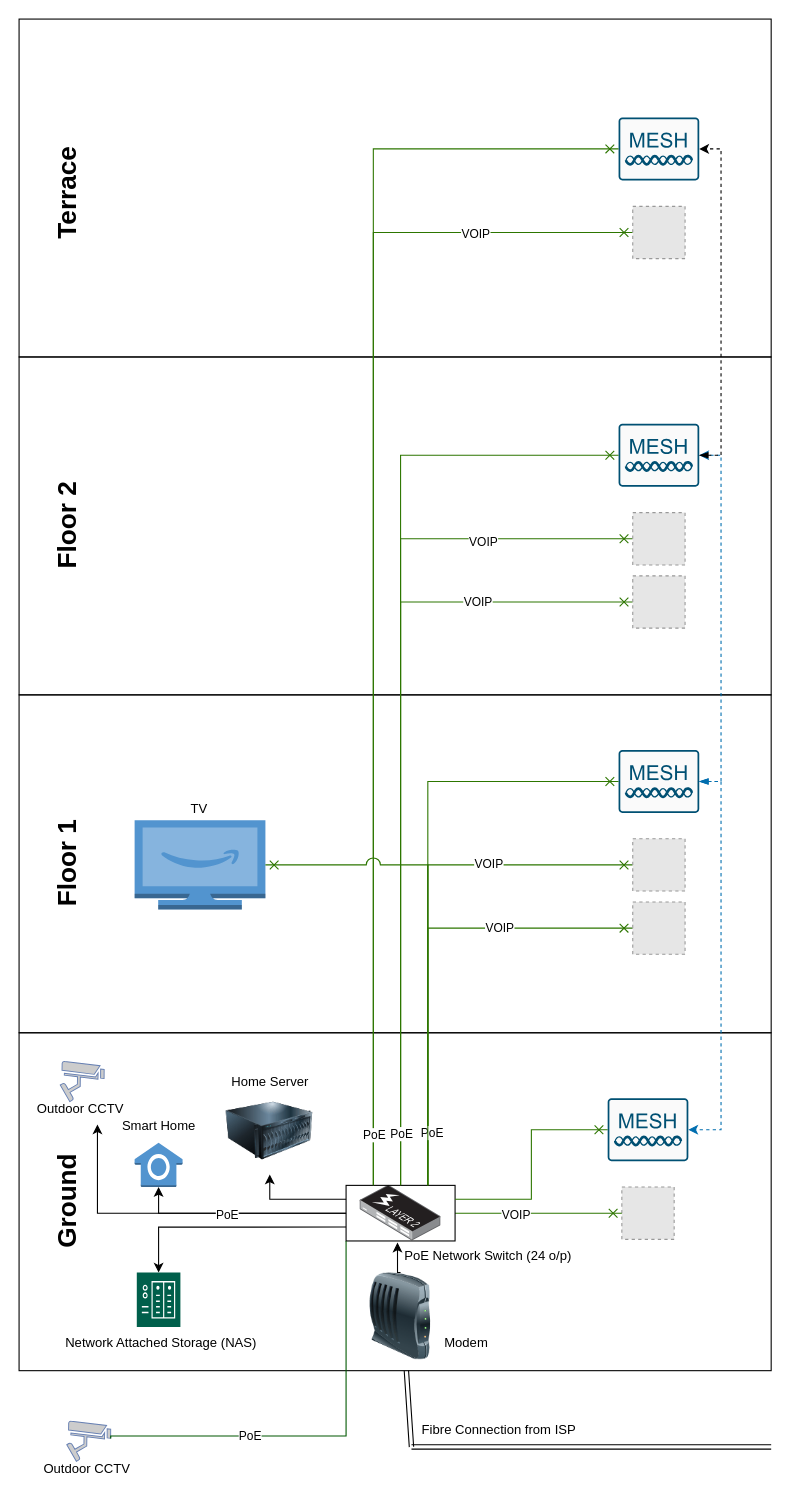
Earlier version of the draw.io diagram home-network-architecture.drawio (last-brain-cell/draw.io_drawings). Source tidied: cells renumbered, new cells numbered last; positions are measured from the earlier drawing's top-left corner, leaving out a move shared by most shapes. Both pictures are drawn from the tidied source at 109%, with x=0, y=0 at pixel (-63, 19). Pictures stored in the file or linked from it are replaced by grey dashed boxes.
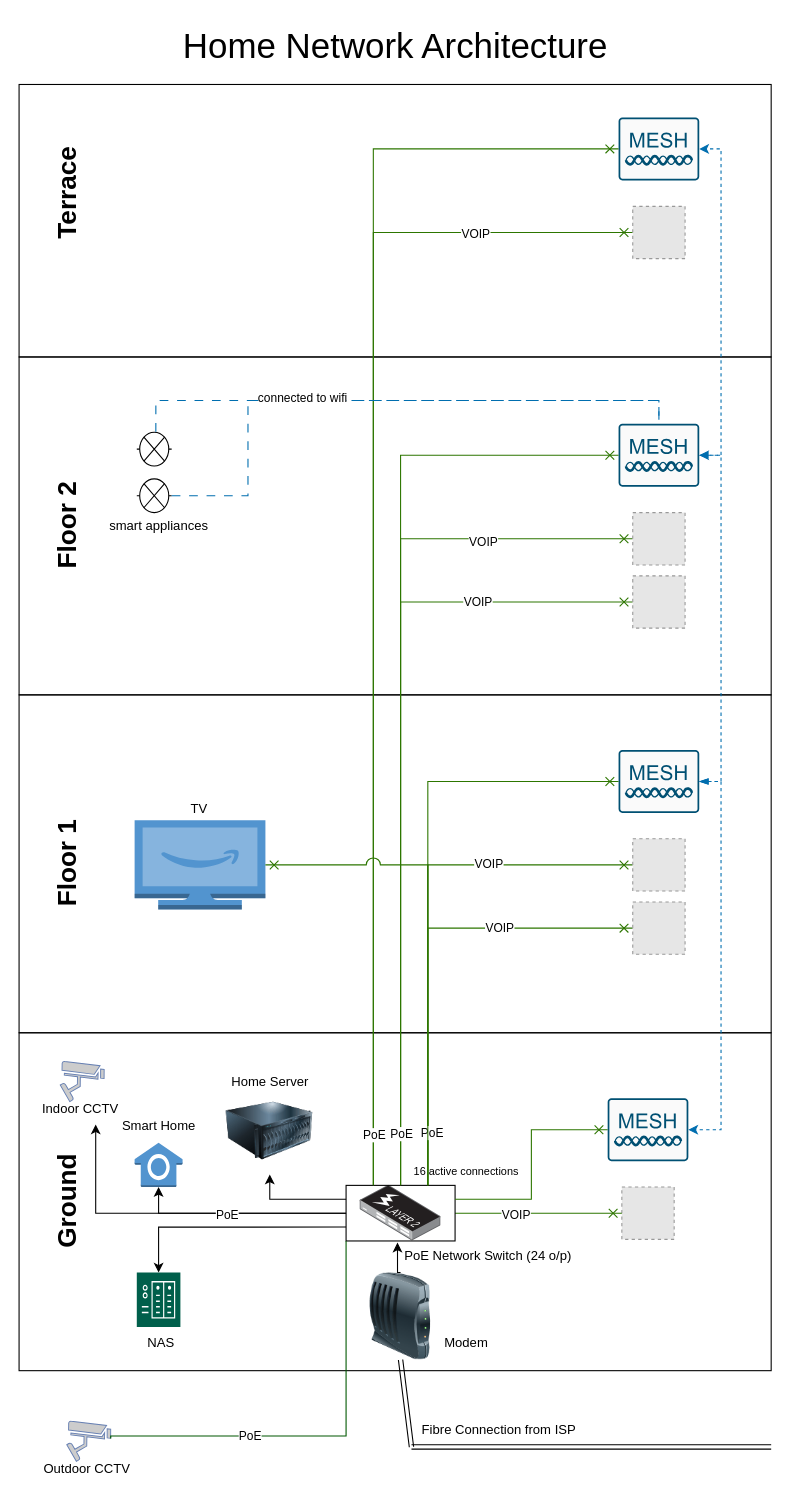
After the change.

Unchanged cells that the change refers to:
```xml
<mxCell id="5" style="rounded=0;whiteSpace=wrap;html=1;fillColor=none;" parent="1" vertex="1">
  <mxGeometry x="75" y="930" width="690" height="310" as="geometry" />
</mxCell>
<mxCell id="13" style="image;html=1;image=img/lib/clip_art/networking/Modem_128x128.png;" parent="1" vertex="1">
  <mxGeometry x="385" y="1150" width="80" height="80" as="geometry" />
</mxCell>
<mxCell id="40" style="sketch=0;points=[[0.015,0.015,0],[0.985,0.015,0],[0.985,0.985,0],[0.015,0.985,0],[0.25,0,0],[0.5,0,0],[0.75,0,0],[1,0.25,0],[1,0.5,0],[1,0.75,0],[0.75,1,0],[0.5,1,0],[0.25,1,0],[0,0.75,0],[0,0.5,0],[0,0.25,0]];verticalLabelPosition=bottom;html=1;verticalAlign=top;align=center;shape=mxgraph.cisco19.rect;prIcon=mesh_access_point;fillColor=#FAFAFA;strokeColor=#005073;" parent="1" vertex="1">
  <mxGeometry x="625" y="371.2" width="74" height="57.8" as="geometry" />
</mxCell>
<mxCell id="43" style="sketch=0;points=[[0.015,0.015,0],[0.985,0.015,0],[0.985,0.985,0],[0.015,0.985,0],[0.25,0,0],[0.5,0,0],[0.75,0,0],[1,0.25,0],[1,0.5,0],[1,0.75,0],[0.75,1,0],[0.5,1,0],[0.25,1,0],[0,0.75,0],[0,0.5,0],[0,0.25,0]];verticalLabelPosition=bottom;html=1;verticalAlign=top;align=center;shape=mxgraph.cisco19.rect;prIcon=mesh_access_point;fillColor=#FAFAFA;strokeColor=#005073;" parent="1" vertex="1">
  <mxGeometry x="625" y="90.2" width="74" height="57.8" as="geometry" />
</mxCell>
```

Change to the diagram source:
```diff
@@
     <mxCell id="2" style="rounded=0;whiteSpace=wrap;html=1;fillColor=none;" parent="1" vertex="1">
-      <mxGeometry x="75" width="690" height="310" as="geometry" />
+      <mxGeometry x="75" y="60" width="690" height="250" as="geometry" />
     </mxCell>
@@
-    <mxCell id="11" style="shape=link;html=1;rounded=0;" parent="1" edge="1" source="5">
+    <mxCell id="11" style="shape=link;html=1;rounded=0;exitX=0.5;exitY=1;exitDx=0;exitDy=0;" parent="1" edge="1" source="13">
       <mxGeometry relative="1" as="geometry">
         <mxPoint x="435" y="1310" as="targetPoint" />
       </mxGeometry>
     </mxCell>
@@
-    <mxCell id="52" value="Network Attached Storage (NAS)" style="text;html=1;align=center;verticalAlign=middle;strokeColor=none;fillColor=none;" parent="1" vertex="1">
-      <mxGeometry x="105" y="1200" width="200" height="30" as="geometry" />
+    <mxCell id="52" value="NAS" style="text;html=1;align=center;verticalAlign=middle;strokeColor=none;fillColor=none;" parent="1" vertex="1">
+      <mxGeometry x="180" y="1200" width="50" height="30" as="geometry" />
     </mxCell>
@@
-    <mxCell id="57" style="edgeStyle=orthogonalEdgeStyle;rounded=0;jettySize=auto;html=1;exitX=1;exitY=0.5;exitDx=0;exitDy=0;exitPerimeter=0;entryX=1;entryY=0.5;entryDx=0;entryDy=0;entryPerimeter=0;startArrow=blockThin;startFill=1;dashed=1;" parent="1" edge="1" source="40" target="43">
+    <mxCell id="57" style="edgeStyle=orthogonalEdgeStyle;rounded=0;jettySize=auto;html=1;exitX=1;exitY=0.5;exitDx=0;exitDy=0;exitPerimeter=0;entryX=1;entryY=0.5;entryDx=0;entryDy=0;entryPerimeter=0;startArrow=blockThin;startFill=1;dashed=1;fillColor=#1ba1e2;strokeColor=#006EAF;" parent="1" edge="1" source="40" target="43">
       <mxGeometry relative="1" as="geometry" />
     </mxCell>
@@
-    <mxCell id="65" value="Outdoor CCTV" style="text;html=1;align=center;verticalAlign=middle;points=[];strokeColor=none;fillColor=none;" parent="1" vertex="1">
-      <mxGeometry x="81" y="985" width="100" height="30" as="geometry" />
+    <mxCell id="65" value="Indoor CCTV" style="text;html=1;align=center;verticalAlign=middle;points=[];strokeColor=none;fillColor=none;" parent="1" vertex="1">
+      <mxGeometry x="86" y="985" width="90" height="30" as="geometry" />
     </mxCell>
@@
+    <mxCell id="71" value="Home Network Architecture" style="text;html=1;align=center;verticalAlign=middle;strokeColor=none;fillColor=none;fontSize=32;" parent="1" vertex="1">
+      <mxGeometry x="215" width="410" height="50" as="geometry" />
+    </mxCell>
+    <mxCell id="72" style="verticalLabelPosition=bottom;shadow=0;dashed=0;align=center;html=1;verticalAlign=top;shape=mxgraph.electrical.miscellaneous.light_bulb;" parent="1" vertex="1">
+      <mxGeometry x="183" y="379" width="32" height="31" as="geometry" />
+    </mxCell>
+    <mxCell id="73" style="verticalLabelPosition=bottom;shadow=0;dashed=0;align=center;html=1;verticalAlign=top;shape=mxgraph.electrical.miscellaneous.light_bulb;" parent="1" vertex="1">
+      <mxGeometry x="183" y="421.8" width="32" height="31" as="geometry" />
+    </mxCell>
+    <mxCell id="74" style="edgeStyle=orthogonalEdgeStyle;rounded=0;jettySize=auto;html=1;exitX=0.546;exitY=-0.015;exitDx=0;exitDy=0;exitPerimeter=0;entryX=0.5;entryY=0;entryDx=0;entryDy=0;entryPerimeter=0;fillColor=#1ba1e2;strokeColor=#006EAF;dashed=1;dashPattern=8 8;strokeWidth=1;endArrow=none;startFill=0;" parent="1" edge="1" source="72" target="40">
+      <mxGeometry relative="1" as="geometry">
+        <Array as="points">
+          <mxPoint x="201" y="350" />
+          <mxPoint x="662" y="350" />
+        </Array>
+      </mxGeometry>
+    </mxCell>
+    <mxCell id="75" style="edgeStyle=orthogonalEdgeStyle;rounded=0;jettySize=auto;html=1;exitX=1;exitY=0.5;exitDx=0;exitDy=0;exitPerimeter=0;entryX=0.5;entryY=0;entryDx=0;entryDy=0;entryPerimeter=0;fillColor=#1ba1e2;strokeColor=#006EAF;dashed=1;dashPattern=8 8;endArrow=none;startFill=0;" parent="1" edge="1" source="73" target="40">
+      <mxGeometry relative="1" as="geometry">
+        <Array as="points">
+          <mxPoint x="285" y="437" />
+          <mxPoint x="285" y="350" />
+          <mxPoint x="662" y="350" />
+        </Array>
+      </mxGeometry>
+    </mxCell>
+    <mxCell id="76" value="connected to wifi" style="edgeLabel;html=1;align=center;verticalAlign=middle;" parent="75" vertex="1">
+      <mxGeometry x="-0.31" y="3" relative="1" as="geometry">
+        <mxPoint x="15" as="offset" />
+      </mxGeometry>
+    </mxCell>
+    <mxCell id="77" value="smart appliances" style="text;html=1;align=center;verticalAlign=middle;strokeColor=none;fillColor=none;" parent="1" vertex="1">
+      <mxGeometry x="148" y="450" width="110" height="30" as="geometry" />
+    </mxCell>
+    <mxCell id="78" value="16 active connections" style="text;html=1;align=center;verticalAlign=middle;fontSize=10;fontColor=light-dark(#000000,#9933FF);" parent="1" vertex="1">
+      <mxGeometry x="425" y="1041.5" width="120" height="30" as="geometry" />
+    </mxCell>
```
